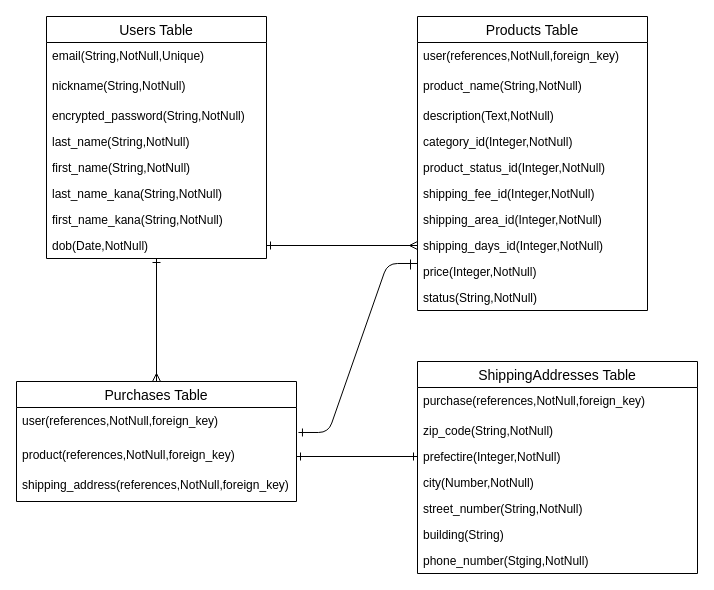
Before: er.dio in yogurt-mr/furima-38039, a draw.io diagram. Source tidied: cells renumbered, new cells numbered last; positions are measured from the earlier drawing's top-left corner, leaving out a move shared by most shapes. Both pictures are drawn from the tidied source at 100%, with x=0, y=0 at pixel (16, 16).
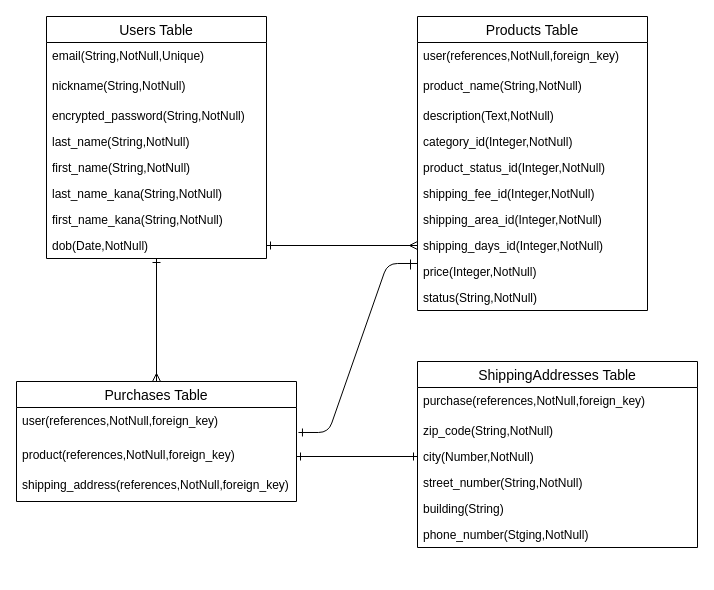
The same page after the edit.

Commit message (it also covers changes not shown here):
er図, テーブル設計更新

The change refers to these unchanged cells:
```xml
<mxCell id="25" value="product(references,NotNull,foreign_key)" style="text;strokeColor=none;fillColor=none;spacingLeft=4;spacingRight=4;overflow=hidden;points=[[0,0.5],[1,0.5]];portConstraint=eastwest;fontSize=12;" parent="23" vertex="1">
  <mxGeometry y="60" width="280" height="30" as="geometry" />
</mxCell>
```

Diff of the diagram source:
```diff
@@
     <mxCell id="32" value="ShippingAddresses Table" style="swimlane;fontStyle=0;horizontal=1;startSize=26;align=center;fontSize=14;" parent="1" vertex="1">
-      <mxGeometry x="401" y="345" width="280" height="212" as="geometry" />
+      <mxGeometry x="401" y="345" width="280" height="186" as="geometry" />
     </mxCell>
@@
-    <mxCell id="35" value="prefectire(Integer,NotNull)" style="text;strokeColor=none;fillColor=none;spacingLeft=4;spacingRight=4;overflow=hidden;points=[[0,0.5],[1,0.5]];portConstraint=eastwest;fontSize=12;" parent="32" vertex="1">
-      <mxGeometry y="82" width="280" height="26" as="geometry" />
-    </mxCell>
     <mxCell id="36" value="city(Number,NotNull)" style="text;strokeColor=none;fillColor=none;spacingLeft=4;spacingRight=4;overflow=hidden;fontSize=12;" parent="32" vertex="1">
-      <mxGeometry y="108" width="280" height="26" as="geometry" />
+      <mxGeometry y="82" width="280" height="26" as="geometry" />
     </mxCell>
     <mxCell id="37" value="street_number(String,NotNull)" style="text;strokeColor=none;fillColor=none;spacingLeft=4;spacingRight=4;overflow=hidden;fontSize=12;" parent="32" vertex="1">
-      <mxGeometry y="134" width="280" height="26" as="geometry" />
+      <mxGeometry y="108" width="280" height="26" as="geometry" />
     </mxCell>
     <mxCell id="38" value="building(String)" style="text;strokeColor=none;fillColor=none;spacingLeft=4;spacingRight=4;overflow=hidden;fontSize=12;" parent="32" vertex="1">
-      <mxGeometry y="160" width="280" height="26" as="geometry" />
+      <mxGeometry y="134" width="280" height="26" as="geometry" />
     </mxCell>
     <mxCell id="39" value="phone_number(Stging,NotNull)" style="text;strokeColor=none;fillColor=none;spacingLeft=4;spacingRight=4;overflow=hidden;fontSize=12;" parent="32" vertex="1">
-      <mxGeometry y="186" width="280" height="26" as="geometry" />
+      <mxGeometry y="160" width="280" height="26" as="geometry" />
     </mxCell>
-    <mxCell id="40" style="edgeStyle=none;html=1;exitX=1;exitY=0.5;exitDx=0;exitDy=0;endArrow=ERone;endFill=0;entryX=0;entryY=0.5;entryDx=0;entryDy=0;" parent="1" edge="1" source="25" target="35">
-      <mxGeometry relative="1" as="geometry" />
+    <mxCell id="40" style="edgeStyle=none;html=1;exitX=1;exitY=0.5;exitDx=0;exitDy=0;endArrow=ERone;endFill=0;entryX=0;entryY=0.5;entryDx=0;entryDy=0;" parent="1" edge="1" source="25">
+      <mxGeometry relative="1" as="geometry">
+        <mxPoint x="401" y="440" as="targetPoint" />
+      </mxGeometry>
     </mxCell>
-    <mxCell id="41" style="edgeStyle=none;html=1;exitX=0;exitY=0.5;exitDx=0;exitDy=0;endArrow=ERone;endFill=0;" parent="1" edge="1" source="35">
+    <mxCell id="41" style="edgeStyle=none;html=1;exitX=0;exitY=0.5;exitDx=0;exitDy=0;endArrow=ERone;endFill=0;" parent="1" edge="1">
       <mxGeometry relative="1" as="geometry">
+        <mxPoint x="401" y="440" as="sourcePoint" />
         <mxPoint x="280" y="440" as="targetPoint" />
       </mxGeometry>
     </mxCell>
```
